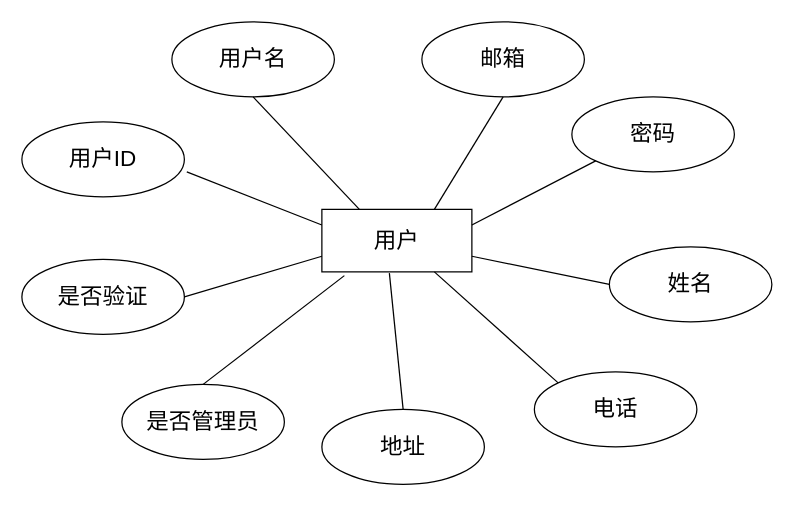
Above: page "用户" (1 of 9) of 未命名绘图.drawio in sangqiwei/blog1 (draw.io), before the change. Source tidied: cells renumbered, new cells numbered last; positions are measured from the earlier drawing's top-left corner, leaving out a move shared by most shapes. Both pictures are drawn from the tidied source at 125%, with x=0, y=0 at pixel (21, 21).
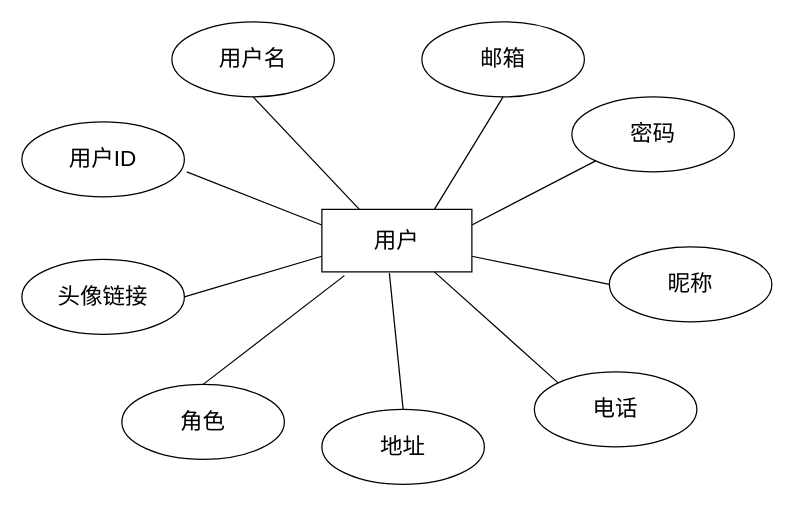
After the change.

Diff of the diagram source:
```diff
@@
-    <mxCell id="7" value="&lt;font style=&quot;font-size: 18px;&quot;&gt;姓名&lt;/font&gt;" style="ellipse;whiteSpace=wrap;html=1;align=center;" parent="1" vertex="1">
+    <mxCell id="7" value="&lt;font style=&quot;font-size: 18px;&quot;&gt;昵称&lt;/font&gt;" style="ellipse;whiteSpace=wrap;html=1;align=center;" parent="1" vertex="1">
       <mxGeometry x="470" y="180" width="130" height="60" as="geometry" />
     </mxCell>
@@
-    <mxCell id="10" value="&lt;font style=&quot;font-size: 18px;&quot;&gt;是否管理员&lt;/font&gt;" style="ellipse;whiteSpace=wrap;html=1;align=center;" parent="1" vertex="1">
+    <mxCell id="10" value="&lt;font style=&quot;font-size: 18px;&quot;&gt;角色&lt;/font&gt;" style="ellipse;whiteSpace=wrap;html=1;align=center;" parent="1" vertex="1">
       <mxGeometry x="80" y="290" width="130" height="60" as="geometry" />
     </mxCell>
-    <mxCell id="11" value="&lt;font style=&quot;font-size: 18px;&quot;&gt;是否验证&lt;/font&gt;" style="ellipse;whiteSpace=wrap;html=1;align=center;" parent="1" vertex="1">
+    <mxCell id="11" value="&lt;font style=&quot;font-size: 18px;&quot;&gt;头像链接&lt;/font&gt;" style="ellipse;whiteSpace=wrap;html=1;align=center;" parent="1" vertex="1">
       <mxGeometry y="190" width="130" height="60" as="geometry" />
     </mxCell>
```
